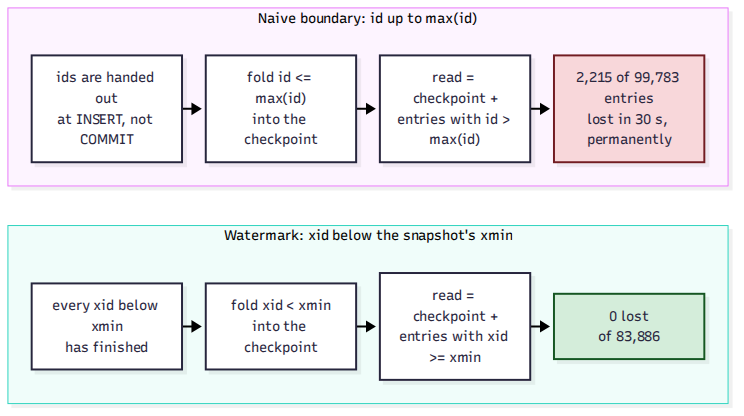
Above: markdown/system-design-interview/assets/007/03-boundary.png in haraGADygyl/medium-python-articles (Mermaid), before the change. Its source is kept beside it as markdown/system-design-interview/assets/007/03-boundary.mmd. Source of this version:
```mermaid
flowchart TB
    subgraph N["Naive boundary: id up to max(id)"]
        direction LR
        N1["ids are handed out<br/>at INSERT, not COMMIT"] --> N2["fold id &lt;= max(id)<br/>into the checkpoint"]
        N2 --> N3["read = checkpoint +<br/>entries with id &gt; max(id)"]
        N3 --> N4["2,215 of 99,783 entries<br/>lost in 30 s, permanently"]
    end
    subgraph W["Watermark: xid below the snapshot's xmin"]
        direction LR
        W1["every xid below xmin<br/>has finished"] --> W2["fold xid &lt; xmin<br/>into the checkpoint"]
        W2 --> W3["read = checkpoint +<br/>entries with xid &gt;= xmin"]
        W3 --> W4["0 lost<br/>of 83,886"]
    end
    N ~~~ W
    style N4 fill:#f8d7da,stroke:#721c24
    style W4 fill:#d4edda,stroke:#155724
```
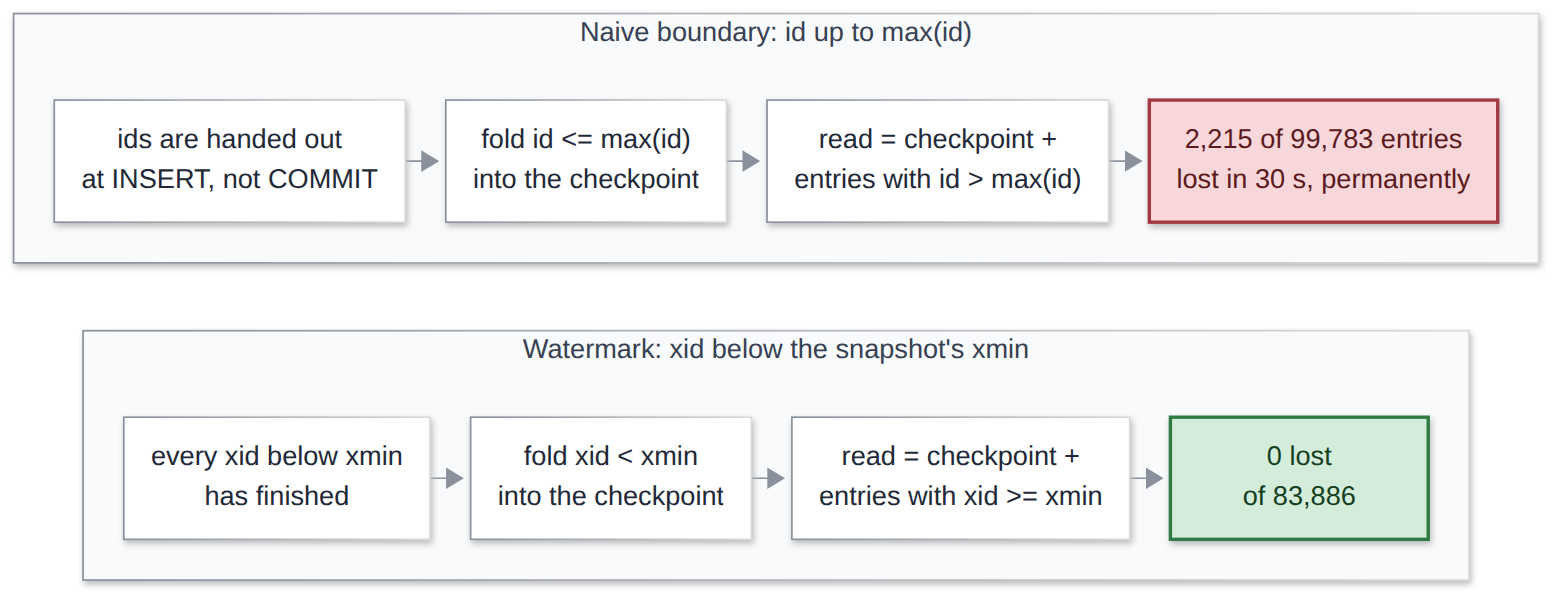
The same file after the commit.

Change to the diagram source:
```diff
@@ -12,5 +12,7 @@
         W3 --> W4["0 lost<br/>of 83,886"]
     end
     N ~~~ W
-    style N4 fill:#f8d7da,stroke:#721c24
-    style W4 fill:#d4edda,stroke:#155724
+    classDef ok fill:#d4edda,stroke:#2f7a45,stroke-width:2px,color:#14401f
+    classDef bad fill:#f8d7da,stroke:#a33a43,stroke-width:2px,color:#5c1a20
+    class W4 ok
+    class N4 bad
```
